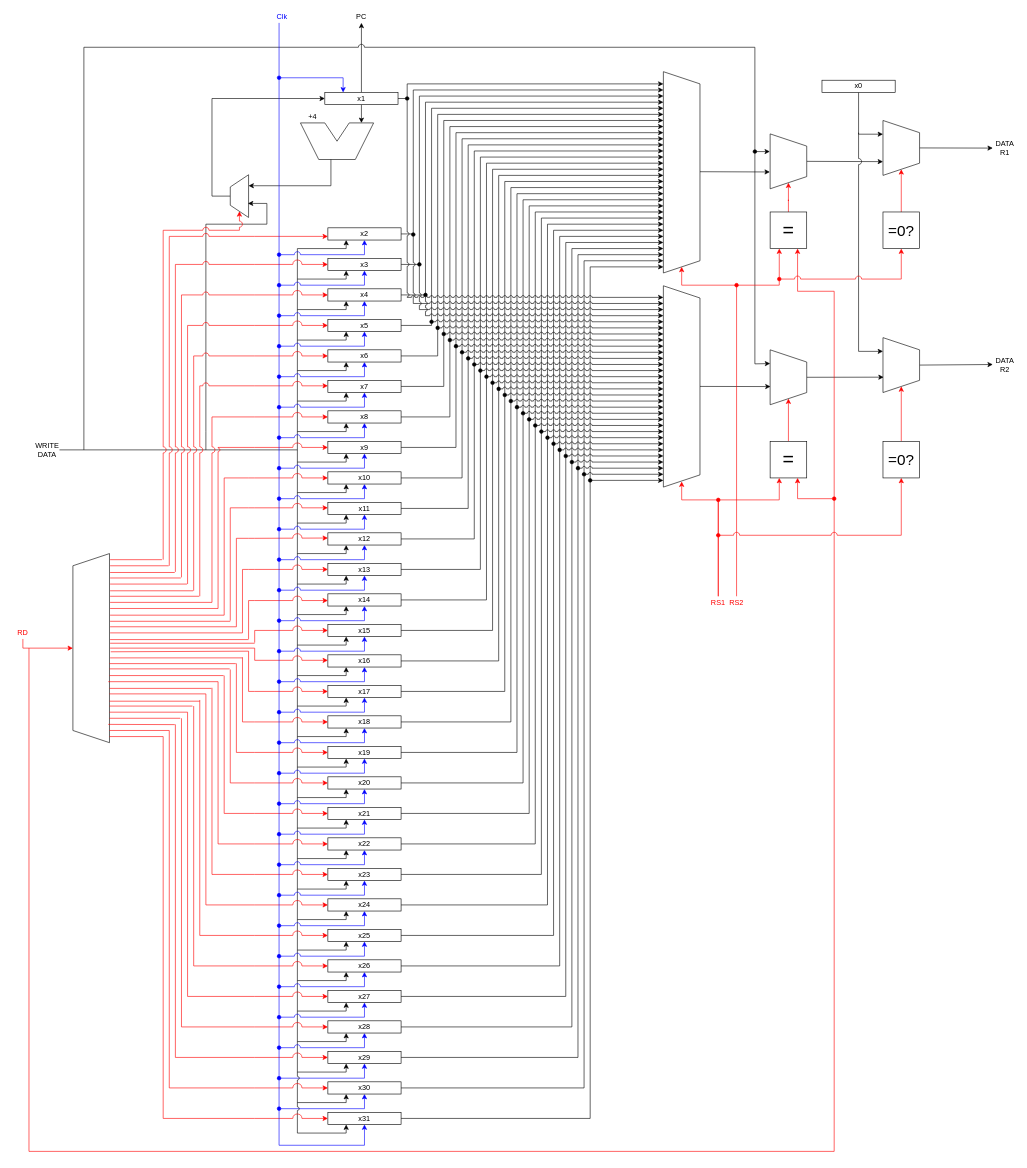
Above: page "RegisterFile" (2 of 2) of Circuit_Drawings/DataPath.drawio in Kaveesha-98/065-538-720-GNC (draw.io), before the change. Source tidied: cells renumbered, new cells numbered last; positions are measured from the earlier drawing's top-left corner, leaving out a move shared by most shapes. Both pictures are drawn from the tidied source at 61%, with x=0, y=0 at pixel (10, 10).
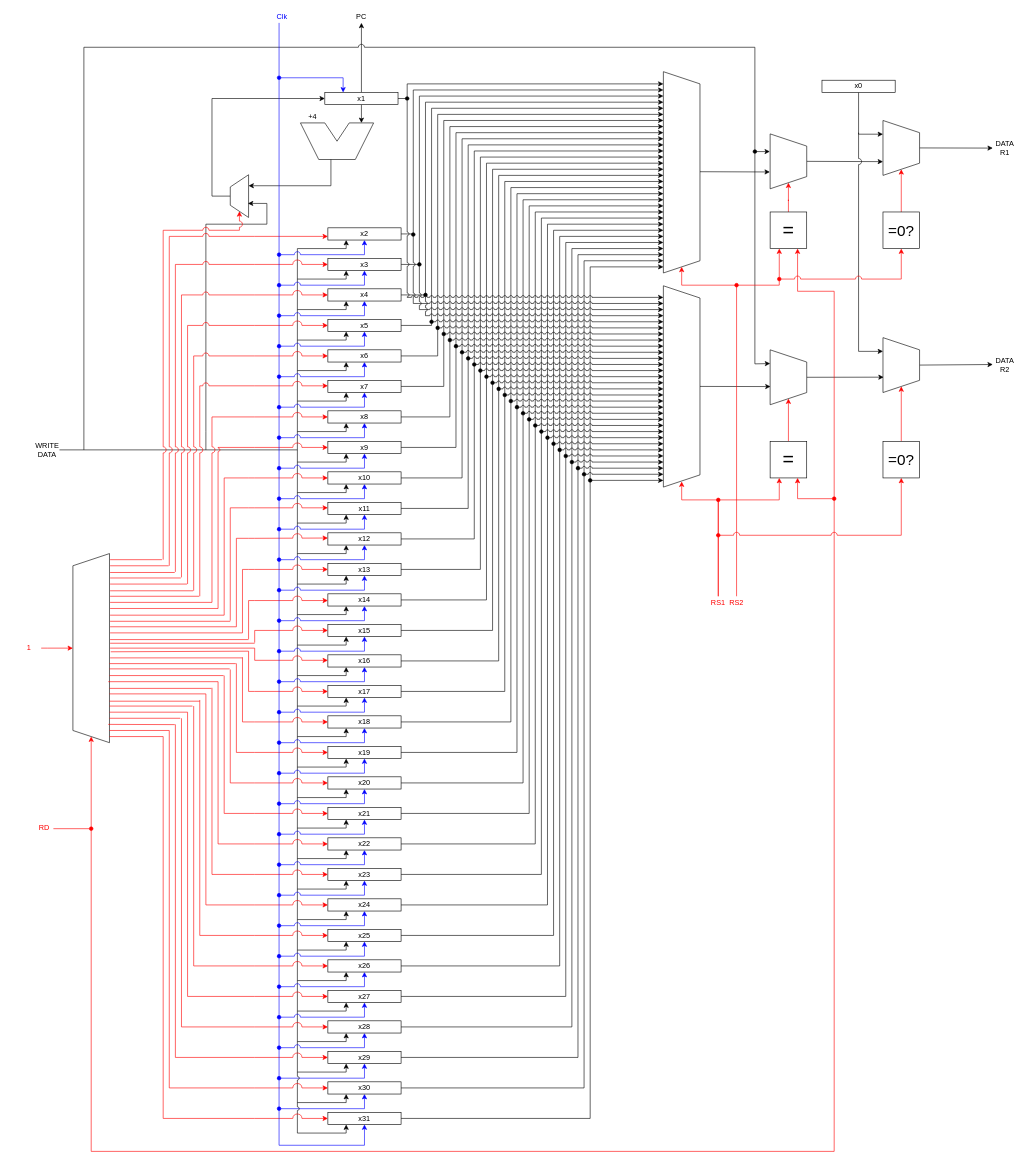
The same page after the edit.

Unchanged cells that the change refers to:
```xml
<mxCell id="170" style="shape=trapezoid;perimeter=trapezoidPerimeter;whiteSpace=wrap;html=1;fixedSize=1;startSize=0;direction=north;" parent="1" vertex="1">
  <mxGeometry x="102" y="890" width="60" height="310" as="geometry" />
</mxCell>
<mxCell id="249" value="&lt;font style=&quot;font-size: 32px&quot;&gt;=&lt;/font&gt;" style="whiteSpace=wrap;html=1;startSize=0;" parent="1" vertex="1">
  <mxGeometry x="1245" y="330" width="60" height="60" as="geometry" />
</mxCell>
```

What changed in the source:
```diff
@@
-    <mxCell id="241" style="endArrow=classic;html=1;startSize=6;endSize=6;sourcePerimeterSpacing=6;targetPerimeterSpacing=6;strokeColor=#FF0000;entryX=0.5;entryY=0;entryDx=0;entryDy=0;rounded=0;exitX=0.5;exitY=1;exitDx=0;exitDy=0;" parent="1" edge="1" source="270" target="170">
+    <mxCell id="241" style="endArrow=classic;html=1;startSize=6;endSize=6;sourcePerimeterSpacing=6;targetPerimeterSpacing=6;strokeColor=#FF0000;entryX=0.5;entryY=0;entryDx=0;entryDy=0;rounded=0;exitX=1;exitY=0.5;exitDx=0;exitDy=0;" parent="1" edge="1" source="270" target="170">
       <mxGeometry relative="1" as="geometry">
         <Array as="points">
-          <mxPoint x="20" y="1045" />
+          <mxPoint x="60" y="1045" />
         </Array>
       </mxGeometry>
     </mxCell>
@@
-    <mxCell id="250" style="endArrow=classic;html=1;startSize=6;endSize=6;sourcePerimeterSpacing=6;targetPerimeterSpacing=6;strokeColor=#FF0000;entryX=0.75;entryY=1;entryDx=0;entryDy=0;rounded=0;" parent="1" edge="1" target="249">
+    <mxCell id="250" style="endArrow=classic;html=1;startSize=6;endSize=6;sourcePerimeterSpacing=6;targetPerimeterSpacing=6;strokeColor=#FF0000;entryX=0.75;entryY=1;entryDx=0;entryDy=0;rounded=0;exitX=0;exitY=0.5;exitDx=0;exitDy=0;startArrow=classic;startFill=1;" parent="1" edge="1" source="170" target="249">
       <mxGeometry relative="1" as="geometry">
-        <mxPoint x="30" y="1045" as="sourcePoint" />
         <Array as="points">
-          <mxPoint x="30" y="1870" />
+          <mxPoint x="132" y="1870" />
           <mxPoint x="1350" y="1870" />
           <mxPoint x="1350" y="460" />
           <mxPoint x="1290" y="460" />
         </Array>
       </mxGeometry>
     </mxCell>
@@
-    <mxCell id="270" value="&lt;font color=&quot;#FF0000&quot;&gt;RD&lt;/font&gt;" style="text;html=1;strokeColor=none;fillColor=none;align=center;verticalAlign=middle;whiteSpace=wrap;rounded=0;startSize=0;" parent="1" vertex="1">
-      <mxGeometry y="1010" width="40" height="20" as="geometry" />
+    <mxCell id="270" value="&lt;font color=&quot;#FF0000&quot;&gt;1&lt;/font&gt;" style="text;html=1;strokeColor=none;fillColor=none;align=center;verticalAlign=middle;whiteSpace=wrap;rounded=0;startSize=0;" parent="1" vertex="1">
+      <mxGeometry x="10" y="1035" width="40" height="20" as="geometry" />
     </mxCell>
@@
+    <mxCell id="301" style="endArrow=oval;html=1;startSize=6;endSize=6;sourcePerimeterSpacing=6;targetPerimeterSpacing=6;strokeColor=#FF0000;startArrow=none;startFill=0;endFill=1;" parent="1" edge="1">
+      <mxGeometry relative="1" as="geometry">
+        <mxPoint x="70" y="1341" as="sourcePoint" />
+        <mxPoint x="132" y="1341" as="targetPoint" />
+      </mxGeometry>
+    </mxCell>
+    <mxCell id="302" value="&lt;font color=&quot;#FF0000&quot;&gt;RD&lt;/font&gt;" style="text;html=1;strokeColor=none;fillColor=none;align=center;verticalAlign=middle;whiteSpace=wrap;rounded=0;startSize=0;" parent="1" vertex="1">
+      <mxGeometry x="40" y="1330" width="30" height="20" as="geometry" />
+    </mxCell>
```
